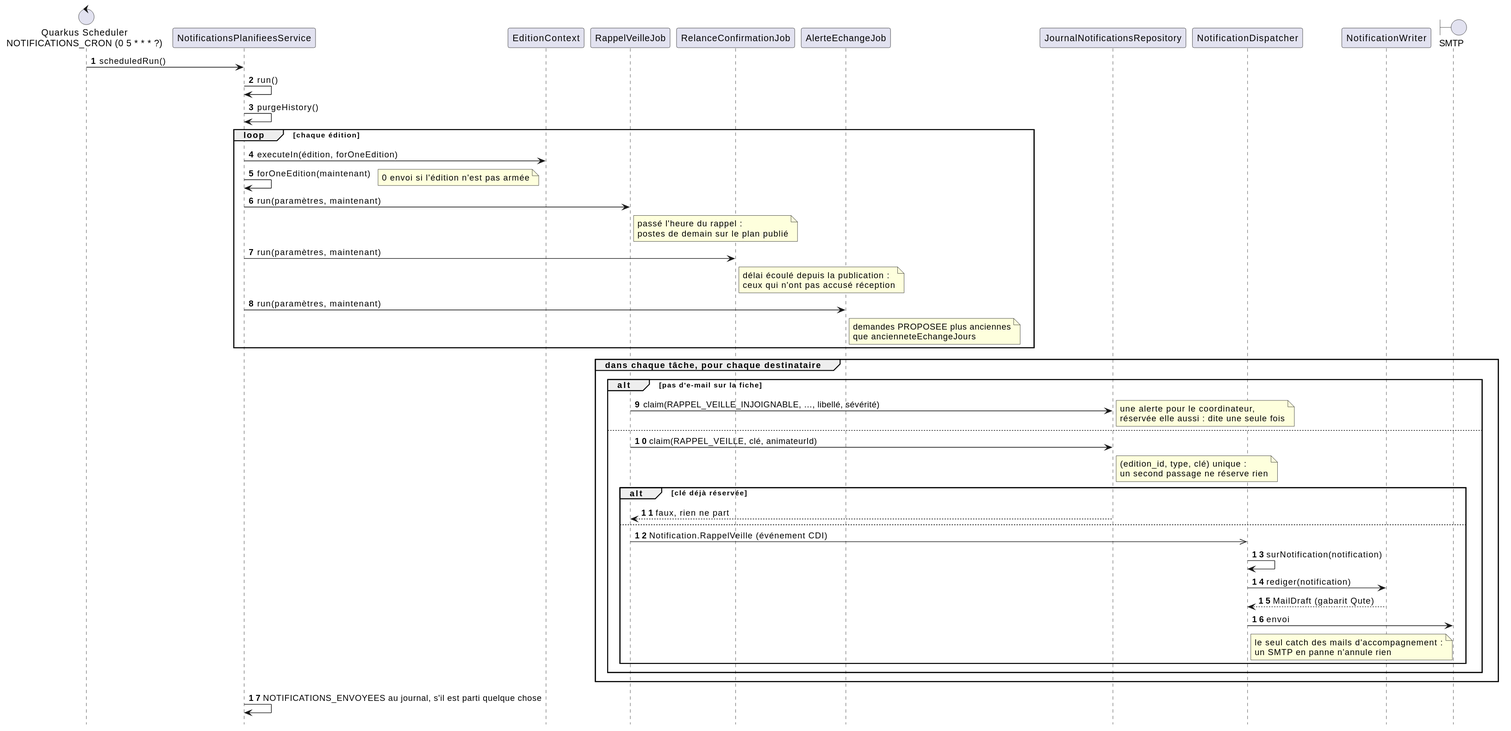
Above: docs/diagrammes/notifications-planifiees.svg in sylvainmetayer/planning-equipes (PlantUML), before the change.
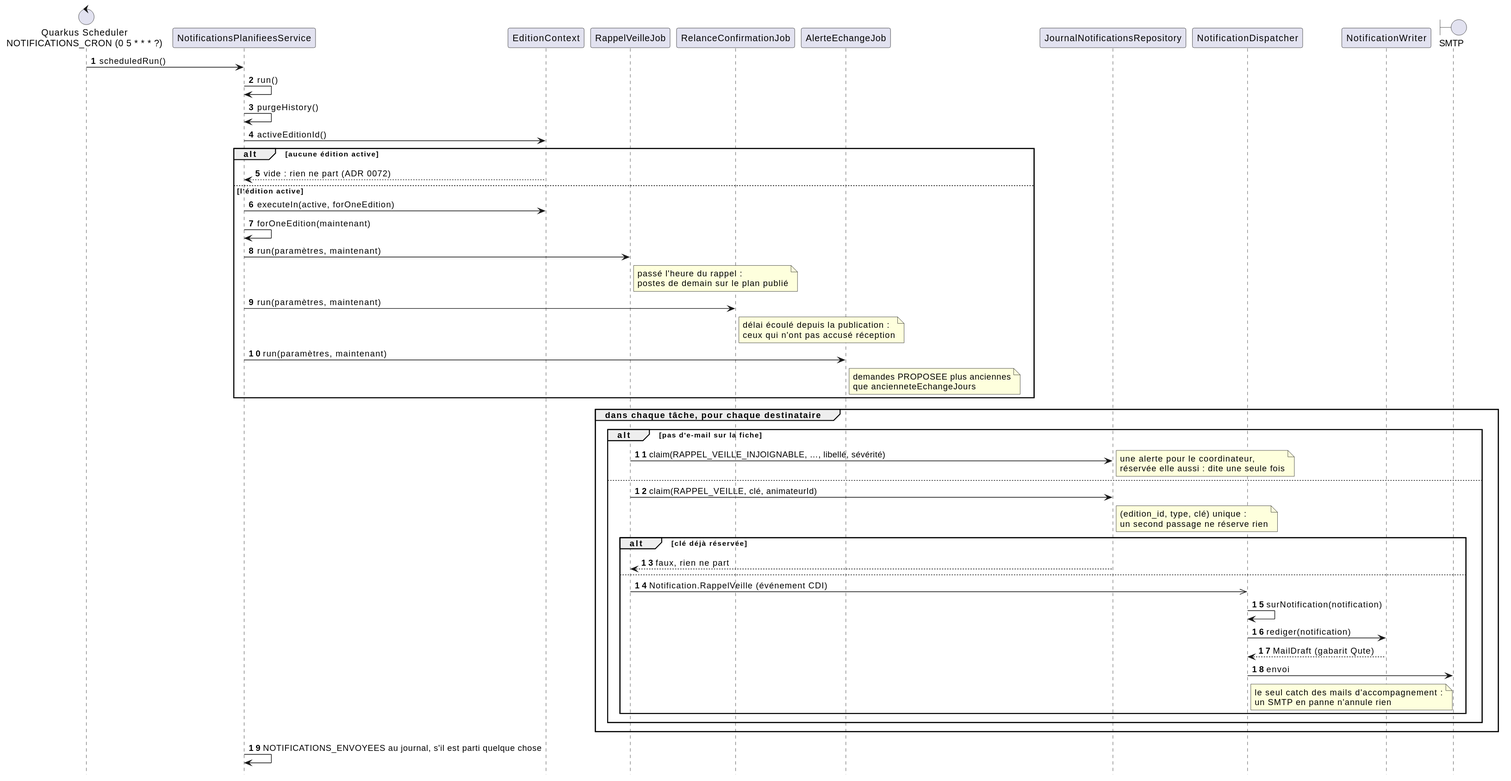
The same file after the commit.

Diff of the diagram source:
```diff
@@ -18,10 +18,12 @@
 cron -> service : scheduledRun()
 service -> service : run()
 service -> service : purgeHistory()
-loop chaque édition
-  service -> contexte : executeIn(édition, forOneEdition)
+service -> contexte : activeEditionId()
+alt aucune édition active
+  contexte --> service : vide : rien ne part (ADR 0072)
+else l'édition active
+  service -> contexte : executeIn(active, forOneEdition)
   service -> service : forOneEdition(maintenant)
-  note right : 0 envoi si l'édition n'est pas armée
   service -> veille : run(paramètres, maintenant)
   note right of veille : passé l'heure du rappel :\npostes de demain sur le plan publié
   service -> relance : run(paramètres, maintenant)
```
